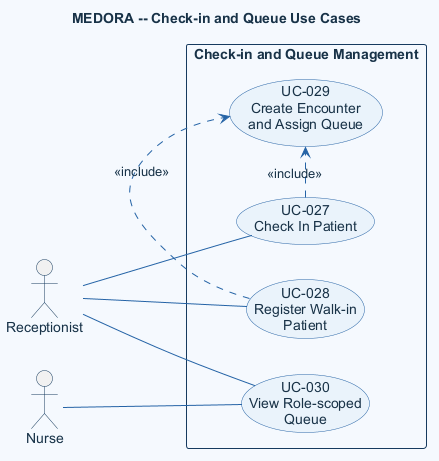
This is doc/asset/03-system-requirements/use-case-by-function/appointment/figure/check-in-and-queue.png from DucDung-1107/SysDes_2026.1_Group_08, a PlantUML export, as it was before one commit.
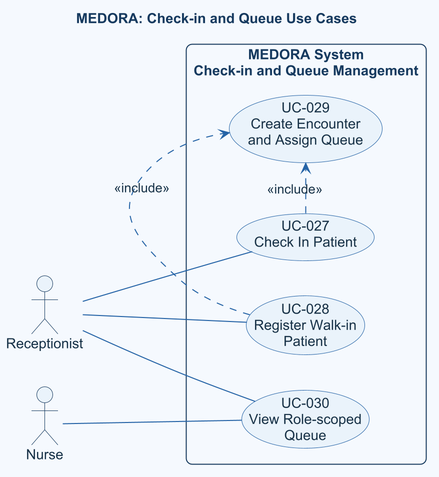
Later version of the same file.

Diff of the diagram source:
```diff
@@ -1,23 +1,13 @@
 @startuml
-title MEDORA -- Check-in and Queue Use Cases
+title MEDORA: Check-in and Queue Use Cases
+!include ../../../../shared/templates/medora-style.puml
+skinparam dpi 192
 left to right direction
-skinparam shadowing false
-skinparam defaultFontName Arial
-skinparam defaultFontColor #183247
-skinparam backgroundColor #F5F9FE
-skinparam ArrowColor #2563A6
-skinparam UsecaseBackgroundColor #EAF3FB
-skinparam UsecaseBorderColor #2563A6
-skinparam UsecaseFontColor #183247
-skinparam ActorBorderColor #163A5F
-skinparam ActorFontColor #183247
-skinparam RectangleBackgroundColor #F5F9FE
-skinparam RectangleBorderColor #163A5F
 
 actor Receptionist as reception
 actor Nurse as nurse
 
-rectangle "Check-in and Queue Management" {
+rectangle "MEDORA System\nCheck-in and Queue Management" {
   usecase "UC-027\nCheck In Patient" as checkin
   usecase "UC-028\nRegister Walk-in\nPatient" as walkin
   usecase "UC-029\nCreate Encounter\nand Assign Queue" as queue
```
